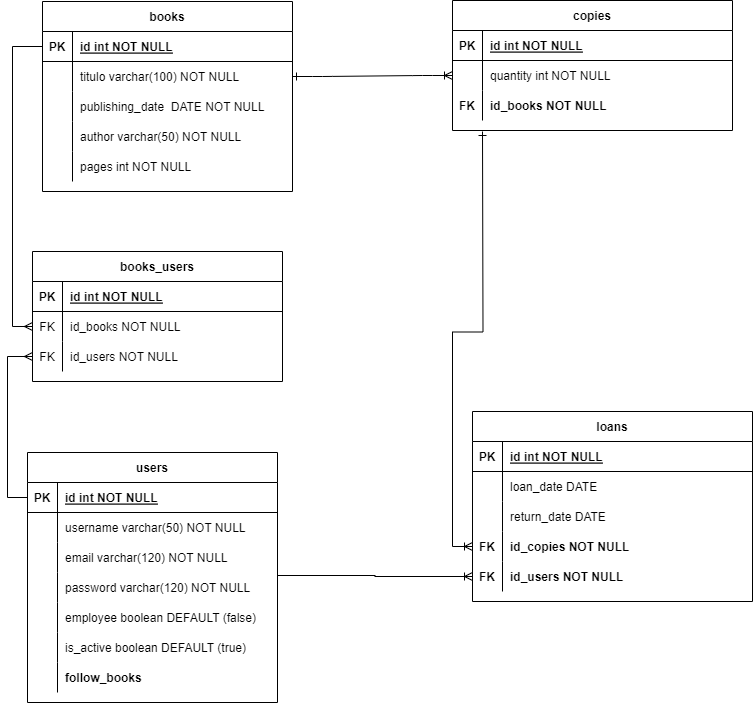
This is DER_biblioteKA.drawio.png from projeto-BiblioteKA-g25/biblioteKA-bff, a draw.io export, as it was before one commit. Source tidied: cells renumbered, new cells last; positions are measured from the earlier drawing's top-left corner, leaving out a move shared by most shapes.
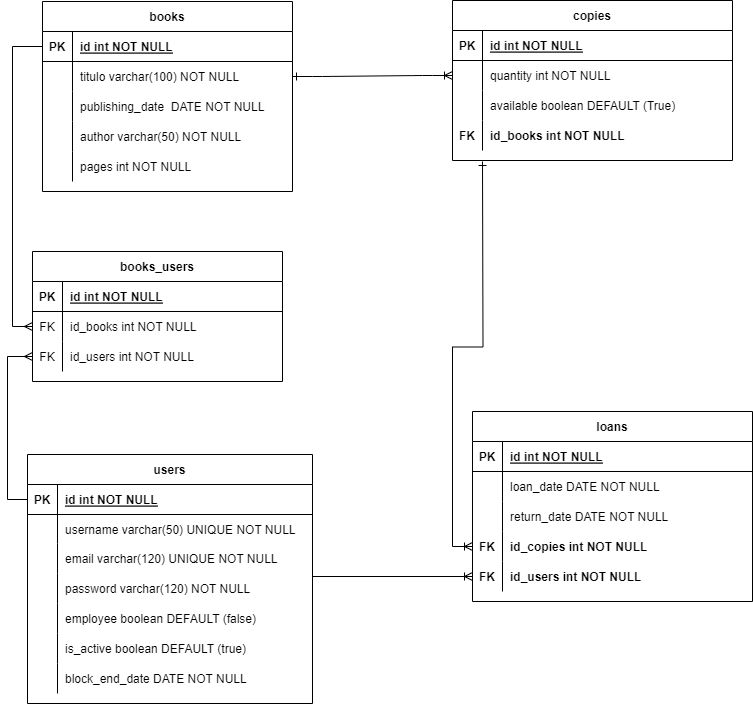
The same file after the commit.

The edit, as a diff of the source:
```diff
@@ -7,11 +7,11 @@
     </mxCell>
     <mxCell id="3" style="edgeStyle=orthogonalEdgeStyle;rounded=0;jettySize=auto;html=1;startArrow=ERone;startFill=0;endArrow=ERoneToMany;endFill=0;entryX=0;entryY=0.5;entryDx=0;entryDy=0;" parent="1" edge="1" target="24">
       <mxGeometry relative="1" as="geometry">
-        <mxPoint x="455" y="131" as="sourcePoint" />
+        <mxPoint x="455" y="161" as="sourcePoint" />
       </mxGeometry>
     </mxCell>
     <mxCell id="4" value="copies" style="shape=table;startSize=30;rowLines=0;fontStyle=1;align=center;" parent="1" vertex="1">
-      <mxGeometry x="425" width="280" height="130" as="geometry" />
+      <mxGeometry x="425" width="280" height="160" as="geometry" />
     </mxCell>
     <mxCell id="5" style="shape=partialRectangle;fillColor=none;top=0;left=0;right=0;bottom=1;" parent="4" vertex="1">
       <mxGeometry y="30" width="280" height="30" as="geometry" />
@@ -31,13 +31,22 @@
     <mxCell id="10" value="quantity int NOT NULL" style="shape=partialRectangle;overflow=hidden;fillColor=none;top=0;left=0;bottom=0;right=0;align=left;spacingLeft=6;" parent="8" vertex="1">
       <mxGeometry x="30" width="250" height="30" as="geometry" />
     </mxCell>
+    <mxCell id="81" style="shape=partialRectangle;fillColor=none;top=0;left=0;right=0;bottom=0;" parent="4" vertex="1">
+      <mxGeometry y="90" width="280" height="30" as="geometry" />
+    </mxCell>
+    <mxCell id="82" style="shape=partialRectangle;overflow=hidden;fillColor=none;top=0;left=0;bottom=0;right=0;" parent="81" vertex="1">
+      <mxGeometry width="30" height="30" as="geometry" />
+    </mxCell>
+    <mxCell id="83" value="available boolean DEFAULT (True)" style="shape=partialRectangle;overflow=hidden;fillColor=none;top=0;left=0;bottom=0;right=0;align=left;spacingLeft=6;" parent="81" vertex="1">
+      <mxGeometry x="30" width="250" height="30" as="geometry" />
+    </mxCell>
     <mxCell id="11" style="shape=partialRectangle;fillColor=none;top=0;left=0;right=0;bottom=0;" parent="4" vertex="1">
-      <mxGeometry y="90" width="280" height="30" as="geometry" />
+      <mxGeometry y="120" width="280" height="30" as="geometry" />
     </mxCell>
     <mxCell id="12" value="FK" style="shape=partialRectangle;overflow=hidden;fillColor=none;top=0;left=0;bottom=0;right=0;fontStyle=1;" parent="11" vertex="1">
       <mxGeometry width="30" height="30" as="geometry" />
     </mxCell>
-    <mxCell id="13" value="id_books NOT NULL" style="shape=partialRectangle;overflow=hidden;fillColor=none;top=0;left=0;bottom=0;right=0;align=left;spacingLeft=6;fontStyle=1;" parent="11" vertex="1">
+    <mxCell id="13" value="id_books int NOT NULL" style="shape=partialRectangle;overflow=hidden;fillColor=none;top=0;left=0;bottom=0;right=0;align=left;spacingLeft=6;fontStyle=1;" parent="11" vertex="1">
       <mxGeometry x="30" width="250" height="30" as="geometry" />
     </mxCell>
     <mxCell id="14" value="loans" style="shape=table;startSize=30;rowLines=0;fontStyle=1;align=center;" parent="1" vertex="1">
@@ -58,7 +67,7 @@
     <mxCell id="19" style="shape=partialRectangle;overflow=hidden;fillColor=none;top=0;left=0;bottom=0;right=0;" parent="18" vertex="1">
       <mxGeometry width="30" height="30" as="geometry" />
     </mxCell>
-    <mxCell id="20" value="loan_date DATE" style="shape=partialRectangle;overflow=hidden;fillColor=none;top=0;left=0;bottom=0;right=0;align=left;spacingLeft=6;" parent="18" vertex="1">
+    <mxCell id="20" value="loan_date DATE NOT NULL" style="shape=partialRectangle;overflow=hidden;fillColor=none;top=0;left=0;bottom=0;right=0;align=left;spacingLeft=6;" parent="18" vertex="1">
       <mxGeometry x="30" width="250" height="30" as="geometry" />
     </mxCell>
     <mxCell id="21" style="shape=partialRectangle;fillColor=none;top=0;left=0;right=0;bottom=0;" parent="14" vertex="1">
@@ -67,7 +76,7 @@
     <mxCell id="22" style="shape=partialRectangle;overflow=hidden;fillColor=none;top=0;left=0;bottom=0;right=0;" parent="21" vertex="1">
       <mxGeometry width="30" height="30" as="geometry" />
     </mxCell>
-    <mxCell id="23" value="return_date DATE" style="shape=partialRectangle;overflow=hidden;fillColor=none;top=0;left=0;bottom=0;right=0;align=left;spacingLeft=6;" parent="21" vertex="1">
+    <mxCell id="23" value="return_date DATE NOT NULL" style="shape=partialRectangle;overflow=hidden;fillColor=none;top=0;left=0;bottom=0;right=0;align=left;spacingLeft=6;" parent="21" vertex="1">
       <mxGeometry x="30" width="250" height="30" as="geometry" />
     </mxCell>
     <mxCell id="24" style="shape=partialRectangle;fillColor=none;points=[[0,0.5],[1,0.5]];portConstraint=eastwest;top=0;left=0;right=0;bottom=0;" parent="14" vertex="1">
@@ -76,7 +85,7 @@
     <mxCell id="25" value="FK" style="shape=partialRectangle;overflow=hidden;fillColor=none;top=0;left=0;bottom=0;right=0;fontStyle=1;" parent="24" vertex="1">
       <mxGeometry width="30" height="30" as="geometry" />
     </mxCell>
-    <mxCell id="26" value="id_copies NOT NULL" style="shape=partialRectangle;overflow=hidden;fillColor=none;top=0;left=0;bottom=0;right=0;align=left;spacingLeft=6;fontStyle=1;" parent="24" vertex="1">
+    <mxCell id="26" value="id_copies int NOT NULL" style="shape=partialRectangle;overflow=hidden;fillColor=none;top=0;left=0;bottom=0;right=0;align=left;spacingLeft=6;fontStyle=1;" parent="24" vertex="1">
       <mxGeometry x="30" width="250" height="30" as="geometry" />
     </mxCell>
     <mxCell id="27" style="shape=partialRectangle;fillColor=none;points=[[0,0.5],[1,0.5]];portConstraint=eastwest;top=0;left=0;right=0;bottom=0;" parent="14" vertex="1">
@@ -85,7 +94,7 @@
     <mxCell id="28" value="FK" style="shape=partialRectangle;overflow=hidden;fillColor=none;top=0;left=0;bottom=0;right=0;fontStyle=1;" parent="27" vertex="1">
       <mxGeometry width="30" height="30" as="geometry" />
     </mxCell>
-    <mxCell id="29" value="id_users NOT NULL" style="shape=partialRectangle;overflow=hidden;fillColor=none;top=0;left=0;bottom=0;right=0;align=left;spacingLeft=6;fontStyle=1;" parent="27" vertex="1">
+    <mxCell id="29" value="id_users int NOT NULL" style="shape=partialRectangle;overflow=hidden;fillColor=none;top=0;left=0;bottom=0;right=0;align=left;spacingLeft=6;fontStyle=1;" parent="27" vertex="1">
       <mxGeometry x="30" width="250" height="30" as="geometry" />
     </mxCell>
     <mxCell id="30" style="edgeStyle=orthogonalEdgeStyle;rounded=0;jettySize=auto;html=1;entryX=0;entryY=0.5;entryDx=0;entryDy=0;endArrow=ERmany;endFill=0;exitX=0;exitY=0.5;exitDx=0;exitDy=0;" parent="1" edge="1" source="32" target="74">
@@ -143,71 +152,71 @@
       <mxGeometry relative="1" as="geometry" />
     </mxCell>
     <mxCell id="48" value="users" style="shape=table;startSize=30;rowLines=0;fontStyle=1;align=center;" parent="1" vertex="1">
-      <mxGeometry y="452" width="250" height="250" as="geometry" />
+      <mxGeometry y="454" width="285" height="249" as="geometry" />
     </mxCell>
     <mxCell id="49" style="shape=partialRectangle;fillColor=none;points=[[0,0.5],[1,0.5]];portConstraint=eastwest;top=0;left=0;right=0;bottom=1;" parent="48" vertex="1">
-      <mxGeometry y="30" width="250" height="30" as="geometry" />
+      <mxGeometry y="30" width="285" height="30" as="geometry" />
     </mxCell>
     <mxCell id="50" value="PK" style="shape=partialRectangle;overflow=hidden;fillColor=none;top=0;left=0;bottom=0;right=0;fontStyle=1;" parent="49" vertex="1">
       <mxGeometry width="30" height="30" as="geometry" />
     </mxCell>
     <mxCell id="51" value="id int NOT NULL " style="shape=partialRectangle;overflow=hidden;fillColor=none;top=0;left=0;bottom=0;right=0;align=left;spacingLeft=6;fontStyle=5;" parent="49" vertex="1">
-      <mxGeometry x="30" width="220" height="30" as="geometry" />
+      <mxGeometry x="30" width="255" height="30" as="geometry" />
     </mxCell>
     <mxCell id="52" style="shape=partialRectangle;fillColor=none;top=0;left=0;right=0;bottom=0;" parent="48" vertex="1">
-      <mxGeometry y="60" width="250" height="30" as="geometry" />
+      <mxGeometry y="60" width="285" height="29" as="geometry" />
     </mxCell>
     <mxCell id="53" style="shape=partialRectangle;overflow=hidden;fillColor=none;top=0;left=0;bottom=0;right=0;" parent="52" vertex="1">
-      <mxGeometry width="30" height="30" as="geometry" />
+      <mxGeometry width="30" height="29" as="geometry" />
     </mxCell>
-    <mxCell id="54" value="username varchar(50) NOT NULL" style="shape=partialRectangle;overflow=hidden;fillColor=none;top=0;left=0;bottom=0;right=0;align=left;spacingLeft=6;" parent="52" vertex="1">
-      <mxGeometry x="30" width="220" height="30" as="geometry" />
+    <mxCell id="54" value="username varchar(50) UNIQUE NOT NULL" style="shape=partialRectangle;overflow=hidden;fillColor=none;top=0;left=0;bottom=0;right=0;align=left;spacingLeft=6;" parent="52" vertex="1">
+      <mxGeometry x="30" width="255" height="29" as="geometry" />
     </mxCell>
     <mxCell id="55" style="shape=partialRectangle;fillColor=none;top=0;left=0;right=0;bottom=0;" parent="48" vertex="1">
-      <mxGeometry y="90" width="250" height="30" as="geometry" />
+      <mxGeometry y="89" width="285" height="30" as="geometry" />
     </mxCell>
     <mxCell id="56" style="shape=partialRectangle;overflow=hidden;fillColor=none;top=0;left=0;bottom=0;right=0;" parent="55" vertex="1">
       <mxGeometry width="30" height="30" as="geometry" />
     </mxCell>
-    <mxCell id="57" value="email varchar(120) NOT NULL" style="shape=partialRectangle;overflow=hidden;fillColor=none;top=0;left=0;bottom=0;right=0;align=left;spacingLeft=6;" parent="55" vertex="1">
-      <mxGeometry x="30" width="220" height="30" as="geometry" />
+    <mxCell id="57" value="email varchar(120) UNIQUE NOT NULL" style="shape=partialRectangle;overflow=hidden;fillColor=none;top=0;left=0;bottom=0;right=0;align=left;spacingLeft=6;" parent="55" vertex="1">
+      <mxGeometry x="30" width="255" height="30" as="geometry" />
     </mxCell>
     <mxCell id="58" style="shape=partialRectangle;fillColor=none;points=[[0,0.5],[1,0.5]];portConstraint=eastwest;top=0;left=0;right=0;bottom=0;" parent="48" vertex="1">
-      <mxGeometry y="120" width="250" height="30" as="geometry" />
+      <mxGeometry y="119" width="285" height="30" as="geometry" />
     </mxCell>
     <mxCell id="59" style="shape=partialRectangle;overflow=hidden;fillColor=none;top=0;left=0;bottom=0;right=0;" parent="58" vertex="1">
       <mxGeometry width="30" height="30" as="geometry" />
     </mxCell>
     <mxCell id="60" value="password varchar(120) NOT NULL " style="shape=partialRectangle;overflow=hidden;fillColor=none;top=0;left=0;bottom=0;right=0;align=left;spacingLeft=6;" parent="58" vertex="1">
-      <mxGeometry x="30" width="220" height="30" as="geometry" />
+      <mxGeometry x="30" width="255" height="30" as="geometry" />
     </mxCell>
     <mxCell id="61" style="shape=partialRectangle;fillColor=none;top=0;left=0;right=0;bottom=0;" parent="48" vertex="1">
-      <mxGeometry y="150" width="250" height="30" as="geometry" />
+      <mxGeometry y="149" width="285" height="30" as="geometry" />
     </mxCell>
     <mxCell id="62" style="shape=partialRectangle;overflow=hidden;fillColor=none;top=0;left=0;bottom=0;right=0;" parent="61" vertex="1">
       <mxGeometry width="30" height="30" as="geometry" />
     </mxCell>
-    <mxCell id="63" value="employee boolean DEFAULT (false)" style="shape=partialRectangle;overflow=hidden;fillColor=none;top=0;left=0;bottom=0;right=0;align=left;spacingLeft=6;" parent="61" vertex="1">
-      <mxGeometry x="30" width="220" height="30" as="geometry" />
+    <mxCell id="63" value="employee boolean DEFAULT (false) " style="shape=partialRectangle;overflow=hidden;fillColor=none;top=0;left=0;bottom=0;right=0;align=left;spacingLeft=6;" parent="61" vertex="1">
+      <mxGeometry x="30" width="255" height="30" as="geometry" />
     </mxCell>
     <mxCell id="64" style="shape=partialRectangle;fillColor=none;top=0;left=0;right=0;bottom=0;" parent="48" vertex="1">
-      <mxGeometry y="180" width="250" height="30" as="geometry" />
+      <mxGeometry y="179" width="285" height="30" as="geometry" />
     </mxCell>
     <mxCell id="65" style="shape=partialRectangle;overflow=hidden;fillColor=none;top=0;left=0;bottom=0;right=0;" parent="64" vertex="1">
       <mxGeometry width="30" height="30" as="geometry" />
     </mxCell>
     <mxCell id="66" value="is_active boolean DEFAULT (true)" style="shape=partialRectangle;overflow=hidden;fillColor=none;top=0;left=0;bottom=0;right=0;align=left;spacingLeft=6;" parent="64" vertex="1">
-      <mxGeometry x="30" width="220" height="30" as="geometry" />
+      <mxGeometry x="30" width="255" height="30" as="geometry" />
     </mxCell>
-    <mxCell id="67" style="shape=partialRectangle;fillColor=none;top=0;left=0;right=0;bottom=0;" parent="48" vertex="1">
-      <mxGeometry y="210" width="250" height="30" as="geometry" />
-    </mxCell>
-    <mxCell id="68" style="shape=partialRectangle;overflow=hidden;fillColor=none;top=0;left=0;bottom=0;right=0;" parent="67" vertex="1">
-      <mxGeometry width="30" height="30" as="geometry" />
-    </mxCell>
-    <mxCell id="69" value="follow_books " style="shape=partialRectangle;overflow=hidden;fillColor=none;top=0;left=0;bottom=0;right=0;align=left;spacingLeft=6;fontStyle=1;" parent="67" vertex="1">
-      <mxGeometry x="30" width="220" height="30" as="geometry" />
-    </mxCell>
+    <mxCell id="84" style="shape=partialRectangle;fillColor=none;top=0;left=0;right=0;bottom=0;" parent="48" vertex="1">
+      <mxGeometry y="209" width="285" height="30" as="geometry" />
+    </mxCell>
+    <mxCell id="85" style="shape=partialRectangle;overflow=hidden;fillColor=none;top=0;left=0;bottom=0;right=0;" parent="84" vertex="1">
+      <mxGeometry width="30" height="30" as="geometry" />
+    </mxCell>
+    <mxCell id="86" value="block_end_date DATE NOT NULL" style="shape=partialRectangle;overflow=hidden;fillColor=none;top=0;left=0;bottom=0;right=0;align=left;spacingLeft=6;" parent="84" vertex="1">
+      <mxGeometry x="30" width="255" height="30" as="geometry" />
+    </mxCell>
     <mxCell id="70" value="books_users" style="shape=table;startSize=30;rowLines=0;fontStyle=1;align=center;" parent="1" vertex="1">
       <mxGeometry x="5" y="251" width="250" height="130" as="geometry" />
     </mxCell>
@@ -226,7 +235,7 @@
     <mxCell id="75" value="FK" style="shape=partialRectangle;overflow=hidden;fillColor=none;top=0;left=0;bottom=0;right=0;" parent="74" vertex="1">
       <mxGeometry width="30" height="30" as="geometry" />
     </mxCell>
-    <mxCell id="76" value="id_books NOT NULL" style="shape=partialRectangle;overflow=hidden;fillColor=none;top=0;left=0;bottom=0;right=0;align=left;spacingLeft=6;" parent="74" vertex="1">
+    <mxCell id="76" value="id_books int NOT NULL" style="shape=partialRectangle;overflow=hidden;fillColor=none;top=0;left=0;bottom=0;right=0;align=left;spacingLeft=6;" parent="74" vertex="1">
       <mxGeometry x="30" width="220" height="30" as="geometry" />
     </mxCell>
     <mxCell id="77" style="shape=partialRectangle;fillColor=none;points=[[0,0.5],[1,0.5]];portConstraint=eastwest;top=0;left=0;right=0;bottom=0;" parent="70" vertex="1">
@@ -235,11 +244,14 @@
     <mxCell id="78" value="FK" style="shape=partialRectangle;overflow=hidden;fillColor=none;top=0;left=0;bottom=0;right=0;" parent="77" vertex="1">
       <mxGeometry width="30" height="30" as="geometry" />
     </mxCell>
-    <mxCell id="79" value="id_users NOT NULL" style="shape=partialRectangle;overflow=hidden;fillColor=none;top=0;left=0;bottom=0;right=0;align=left;spacingLeft=6;" parent="77" vertex="1">
+    <mxCell id="79" value="id_users int NOT NULL" style="shape=partialRectangle;overflow=hidden;fillColor=none;top=0;left=0;bottom=0;right=0;align=left;spacingLeft=6;" parent="77" vertex="1">
       <mxGeometry x="30" width="220" height="30" as="geometry" />
     </mxCell>
     <mxCell id="80" style="edgeStyle=orthogonalEdgeStyle;rounded=0;jettySize=auto;html=1;entryX=0;entryY=0.5;entryDx=0;entryDy=0;startArrow=baseDash;startFill=0;endArrow=ERoneToMany;endFill=0;exitX=1;exitY=0.1;exitDx=0;exitDy=0;exitPerimeter=0;" parent="1" edge="1" source="58" target="27">
       <mxGeometry relative="1" as="geometry" />
     </mxCell>
+    <mxCell id="87" style="edgeStyle=orthogonalEdgeStyle;rounded=0;jettySize=auto;html=1;entryX=1;entryY=0.5;entryDx=0;entryDy=0;endArrow=ERmany;endFill=0;" parent="1" edge="1" source="x" target="49">
+      <mxGeometry relative="1" as="geometry" />
+    </mxCell>
   </root>
 </mxGraphModel>
```
